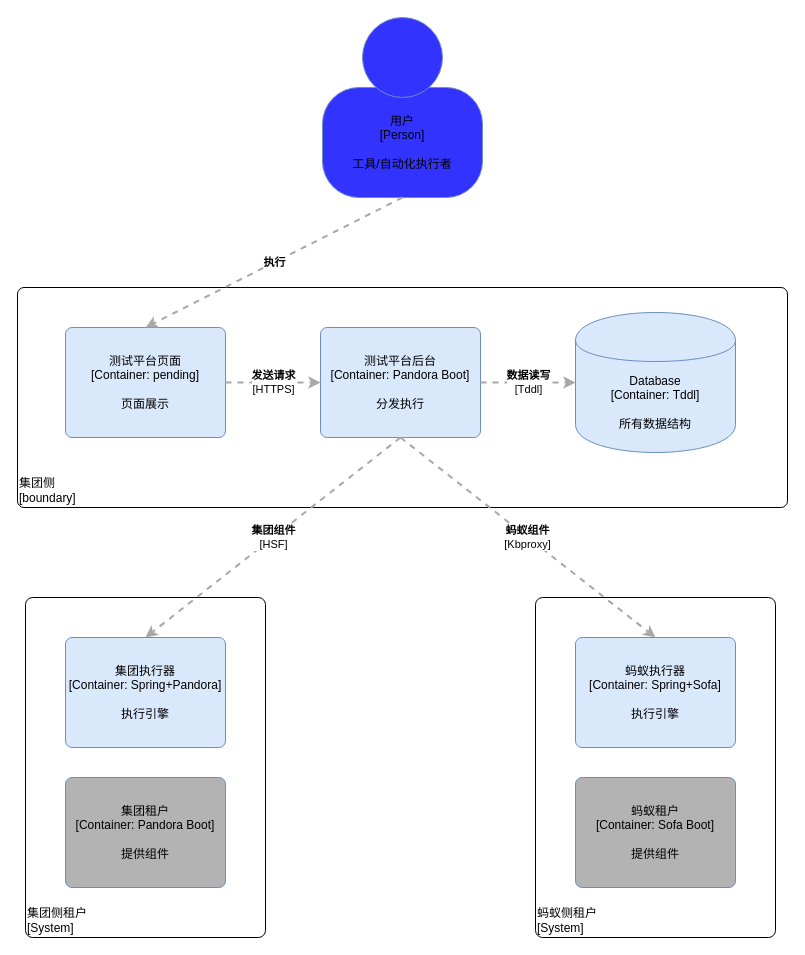
Before: 执行容器图.drawio in JimmyKsdas/TestPlantForm, a draw.io diagram. Source tidied: cells renumbered, new cells numbered last; positions are measured from the earlier drawing's top-left corner, leaving out a move shared by most shapes. Both pictures are drawn from the tidied source at 100%, with x=0, y=0 at pixel (17, 17).
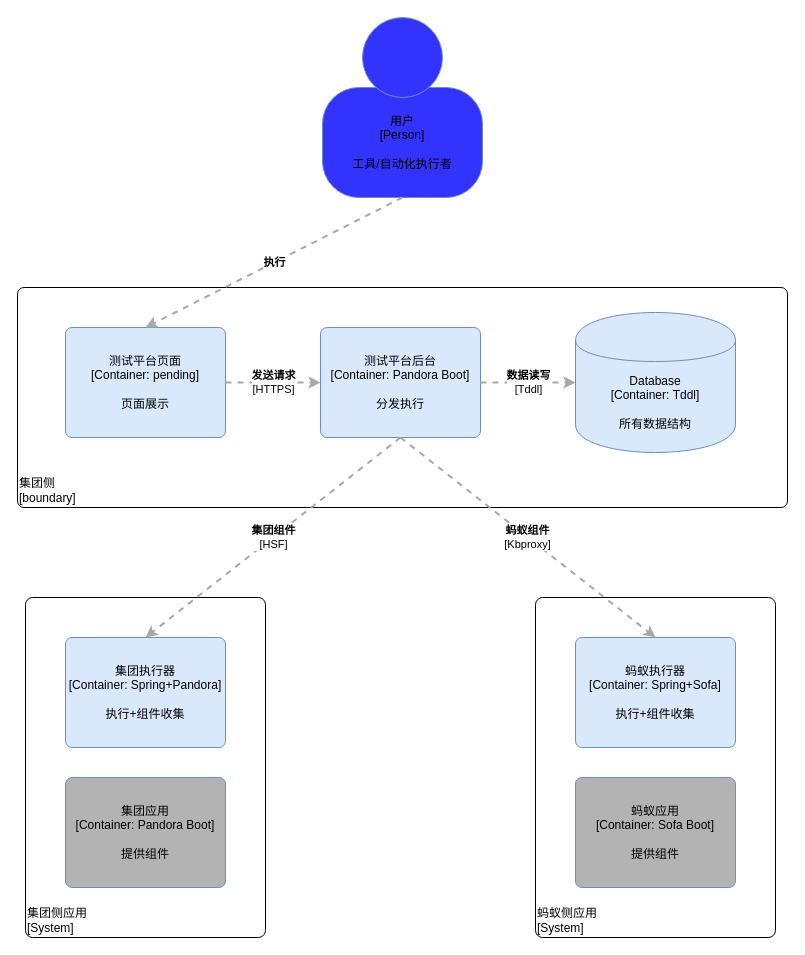
The same diagram, later.

Commit message:
Update 执行容器图.drawio

What changed in the source:
```diff
@@
 <mxGraphModel>
   <root>
     <mxCell id="0" />
     <mxCell id="1" parent="0" />
     <mxCell id="2" style="group;rounded=0;labelBackgroundColor=none;fillColor=none;fontColor=#000000;align=center;html=1;strokeColor=#FFFFFF;" parent="1" vertex="1">
       <mxGeometry x="305" width="160" height="180" as="geometry" />
     </mxCell>
     <mxCell id="3" value="用户&lt;div&gt;[Person]&lt;/div&gt;&lt;div&gt;&lt;br&gt;&lt;/div&gt;&lt;div&gt;工具/自动化执行者" style="rounded=1;whiteSpace=wrap;html=1;labelBackgroundColor=none;fillColor=#3333FF;fontColor=#000000;align=center;arcSize=33;strokeColor=#6c8ebf;" parent="2" vertex="1">
       <mxGeometry y="70" width="160" height="110" as="geometry" />
     </mxCell>
     <mxCell id="4" style="ellipse;whiteSpace=wrap;html=1;rounded=0;labelBackgroundColor=none;fillColor=#3333FF;fontSize=12;fontColor=#000000;align=center;strokeColor=#6c8ebf;" parent="2" vertex="1">
       <mxGeometry x="40" width="80" height="80" as="geometry" />
     </mxCell>
     <mxCell id="5" value="&lt;div style=&quot;text-align: left&quot;&gt;集团侧&lt;/div&gt;&lt;div style=&quot;text-align: left&quot;&gt;[boundary]&lt;/div&gt;" style="rounded=1;whiteSpace=wrap;html=1;labelBackgroundColor=none;fillColor=#ffffff;fontColor=#000000;align=left;arcSize=3;strokeColor=#000000;verticalAlign=bottom;shadow=0;" parent="1" vertex="1">
       <mxGeometry y="270" width="770" height="220" as="geometry" />
     </mxCell>
     <mxCell id="6" value="&lt;span&gt;测试平台页面&lt;/span&gt;&lt;div&gt;[Container: pending&lt;span&gt;]&lt;/span&gt;&lt;/div&gt;&lt;div&gt;&lt;br&gt;&lt;/div&gt;&lt;div&gt;页面展示&lt;/div&gt;" style="rounded=1;whiteSpace=wrap;html=1;labelBackgroundColor=none;fillColor=#dae8fc;fontColor=#000000;align=center;arcSize=6;strokeColor=#6c8ebf;shadow=0;" parent="1" vertex="1">
       <mxGeometry x="48" y="310" width="160" height="110" as="geometry" />
     </mxCell>
     <mxCell id="7" value="&lt;span&gt;测试平台后台&lt;/span&gt;&lt;div&gt;[Container:&amp;nbsp;&lt;span&gt;Pandora Boot&lt;/span&gt;&lt;span&gt;]&lt;/span&gt;&lt;/div&gt;&lt;div&gt;&lt;br&gt;&lt;/div&gt;&lt;div&gt;分发执行&lt;/div&gt;" style="rounded=1;whiteSpace=wrap;html=1;labelBackgroundColor=none;fillColor=#dae8fc;fontColor=#000000;align=center;arcSize=6;strokeColor=#6c8ebf;shadow=0;" parent="1" vertex="1">
       <mxGeometry x="303" y="310" width="160" height="110" as="geometry" />
     </mxCell>
     <mxCell id="8" value="&lt;span&gt;Database&lt;/span&gt;&lt;div&gt;[Container:&amp;nbsp;Tddl]&lt;/div&gt;&lt;div&gt;&lt;br&gt;&lt;/div&gt;&lt;div&gt;所有数据结构&lt;/div&gt;" style="shape=cylinder;whiteSpace=wrap;html=1;boundedLbl=1;rounded=0;labelBackgroundColor=none;fillColor=#dae8fc;fontSize=12;fontColor=#000000;align=center;strokeColor=#6c8ebf;shadow=0;" parent="1" vertex="1">
       <mxGeometry x="558" y="295" width="160" height="140" as="geometry" />
     </mxCell>
-    <mxCell id="9" value="&lt;div style=&quot;text-align: left&quot;&gt;集团侧租户&lt;/div&gt;&lt;div style=&quot;text-align: left&quot;&gt;[System]&lt;/div&gt;&lt;div style=&quot;text-align: right&quot;&gt;&lt;/div&gt;" style="rounded=1;whiteSpace=wrap;html=1;labelBackgroundColor=none;fillColor=#ffffff;fontColor=#000000;align=left;arcSize=3;strokeColor=#000000;verticalAlign=bottom;shadow=0;" parent="1" vertex="1">
+    <mxCell id="9" value="&lt;div style=&quot;text-align: left&quot;&gt;集团侧应用&lt;/div&gt;&lt;div style=&quot;text-align: left&quot;&gt;[System]&lt;/div&gt;&lt;div style=&quot;text-align: right&quot;&gt;&lt;/div&gt;" style="rounded=1;whiteSpace=wrap;html=1;labelBackgroundColor=none;fillColor=#ffffff;fontColor=#000000;align=left;arcSize=3;strokeColor=#000000;verticalAlign=bottom;shadow=0;" parent="1" vertex="1">
       <mxGeometry x="8" y="580" width="240" height="340" as="geometry" />
     </mxCell>
-    <mxCell id="10" value="&lt;div style=&quot;text-align: left&quot;&gt;蚂蚁侧租户&lt;/div&gt;&lt;div style=&quot;text-align: left&quot;&gt;[System]&lt;/div&gt;&lt;div style=&quot;text-align: right&quot;&gt;&lt;/div&gt;" style="rounded=1;whiteSpace=wrap;html=1;labelBackgroundColor=none;fillColor=#ffffff;fontColor=#000000;align=left;arcSize=3;strokeColor=#000000;verticalAlign=bottom;shadow=0;" parent="1" vertex="1">
+    <mxCell id="10" value="&lt;div style=&quot;text-align: left&quot;&gt;蚂蚁侧应用&lt;/div&gt;&lt;div style=&quot;text-align: left&quot;&gt;[System]&lt;/div&gt;&lt;div style=&quot;text-align: right&quot;&gt;&lt;/div&gt;" style="rounded=1;whiteSpace=wrap;html=1;labelBackgroundColor=none;fillColor=#ffffff;fontColor=#000000;align=left;arcSize=3;strokeColor=#000000;verticalAlign=bottom;shadow=0;" parent="1" vertex="1">
       <mxGeometry x="518" y="580" width="240" height="340" as="geometry" />
     </mxCell>
-    <mxCell id="11" value="&lt;span&gt;集团执行器&lt;/span&gt;&lt;div&gt;[Container:&amp;nbsp;&lt;span&gt;Spring+Pandora&lt;/span&gt;&lt;span&gt;]&lt;/span&gt;&lt;/div&gt;&lt;div&gt;&lt;br&gt;&lt;/div&gt;&lt;div&gt;执行引擎&lt;/div&gt;" style="rounded=1;whiteSpace=wrap;html=1;labelBackgroundColor=none;fillColor=#dae8fc;fontColor=#000000;align=center;arcSize=6;strokeColor=#6c8ebf;shadow=0;" parent="1" vertex="1">
+    <mxCell id="11" value="&lt;span&gt;集团执行器&lt;/span&gt;&lt;div&gt;[Container:&amp;nbsp;&lt;span&gt;Spring+Pandora&lt;/span&gt;&lt;span&gt;]&lt;/span&gt;&lt;/div&gt;&lt;div&gt;&lt;br&gt;&lt;/div&gt;&lt;div&gt;执行+组件收集&lt;br&gt;&lt;/div&gt;" style="rounded=1;whiteSpace=wrap;html=1;labelBackgroundColor=none;fillColor=#dae8fc;fontColor=#000000;align=center;arcSize=6;strokeColor=#6c8ebf;shadow=0;" parent="1" vertex="1">
       <mxGeometry x="48" y="620" width="160" height="110" as="geometry" />
     </mxCell>
-    <mxCell id="12" value="&lt;span&gt;集团租户&lt;/span&gt;&lt;div&gt;[Container:&amp;nbsp;&lt;span&gt;Pandora Boot&lt;/span&gt;&lt;span&gt;]&lt;/span&gt;&lt;/div&gt;&lt;div&gt;&lt;br&gt;&lt;/div&gt;&lt;div&gt;提供组件&lt;/div&gt;" style="rounded=1;whiteSpace=wrap;html=1;labelBackgroundColor=none;fillColor=#B3B3B3;fontColor=#000000;align=center;arcSize=6;strokeColor=#6c8ebf;shadow=0;" parent="1" vertex="1">
+    <mxCell id="12" value="&lt;span&gt;集团应用&lt;/span&gt;&lt;div&gt;[Container:&amp;nbsp;&lt;span&gt;Pandora Boot&lt;/span&gt;&lt;span&gt;]&lt;/span&gt;&lt;/div&gt;&lt;div&gt;&lt;br&gt;&lt;/div&gt;&lt;div&gt;提供组件&lt;/div&gt;" style="rounded=1;whiteSpace=wrap;html=1;labelBackgroundColor=none;fillColor=#B3B3B3;fontColor=#000000;align=center;arcSize=6;strokeColor=#6c8ebf;shadow=0;" parent="1" vertex="1">
       <mxGeometry x="48" y="760" width="160" height="110" as="geometry" />
     </mxCell>
-    <mxCell id="13" value="&lt;span&gt;蚂蚁执行器&lt;/span&gt;&lt;div&gt;[Container:&amp;nbsp;&lt;span&gt;Spring+Sofa&lt;/span&gt;&lt;span&gt;]&lt;/span&gt;&lt;/div&gt;&lt;div&gt;&lt;br&gt;&lt;/div&gt;&lt;div&gt;执行引擎&lt;/div&gt;" style="rounded=1;whiteSpace=wrap;html=1;labelBackgroundColor=none;fillColor=#dae8fc;fontColor=#000000;align=center;arcSize=6;strokeColor=#6c8ebf;shadow=0;" parent="1" vertex="1">
+    <mxCell id="13" value="&lt;span&gt;蚂蚁执行器&lt;/span&gt;&lt;div&gt;[Container:&amp;nbsp;&lt;span&gt;Spring+Sofa&lt;/span&gt;&lt;span&gt;]&lt;/span&gt;&lt;/div&gt;&lt;div&gt;&lt;br&gt;&lt;/div&gt;&lt;div&gt;执行+组件收集&lt;br&gt;&lt;/div&gt;" style="rounded=1;whiteSpace=wrap;html=1;labelBackgroundColor=none;fillColor=#dae8fc;fontColor=#000000;align=center;arcSize=6;strokeColor=#6c8ebf;shadow=0;" parent="1" vertex="1">
       <mxGeometry x="558" y="620" width="160" height="110" as="geometry" />
     </mxCell>
-    <mxCell id="14" value="&lt;span&gt;蚂蚁租户&lt;/span&gt;&lt;div&gt;[Container:&amp;nbsp;&lt;span&gt;Sofa Boot&lt;/span&gt;&lt;span&gt;]&lt;/span&gt;&lt;/div&gt;&lt;div&gt;&lt;br&gt;&lt;/div&gt;&lt;div&gt;提供组件&lt;/div&gt;" style="rounded=1;whiteSpace=wrap;html=1;labelBackgroundColor=none;fillColor=#B3B3B3;fontColor=#000000;align=center;arcSize=6;strokeColor=#6c8ebf;shadow=0;" parent="1" vertex="1">
+    <mxCell id="14" value="&lt;span&gt;蚂蚁应用&lt;/span&gt;&lt;div&gt;[Container:&amp;nbsp;&lt;span&gt;Sofa Boot&lt;/span&gt;&lt;span&gt;]&lt;/span&gt;&lt;/div&gt;&lt;div&gt;&lt;br&gt;&lt;/div&gt;&lt;div&gt;提供组件&lt;/div&gt;" style="rounded=1;whiteSpace=wrap;html=1;labelBackgroundColor=none;fillColor=#B3B3B3;fontColor=#000000;align=center;arcSize=6;strokeColor=#6c8ebf;shadow=0;" parent="1" vertex="1">
       <mxGeometry x="558" y="760" width="160" height="110" as="geometry" />
     </mxCell>
     <mxCell id="15" value="&lt;div style=&quot;text-align: left&quot;&gt;&lt;div style=&quot;text-align: center&quot;&gt;&lt;b&gt;执行&lt;/b&gt;&lt;/div&gt;&lt;/div&gt;" style="edgeStyle=none;rounded=0;html=1;entryX=0.5;entryY=0;jettySize=auto;strokeColor=#A8A8A8;strokeWidth=2;fontColor=#000000;jumpStyle=none;dashed=1;exitX=0.5;exitY=1;exitDx=0;exitDy=0;entryDx=0;entryDy=0;" parent="1" edge="1" source="3" target="6">
       <mxGeometry relative="1" as="geometry" />
     </mxCell>
     <mxCell id="16" value="&lt;div style=&quot;text-align: left&quot;&gt;&lt;div style=&quot;text-align: center&quot;&gt;&lt;b&gt;发送请求&lt;/b&gt;&lt;/div&gt;&lt;div style=&quot;text-align: center&quot;&gt;[HTTPS]&lt;/div&gt;&lt;/div&gt;" style="edgeStyle=none;rounded=0;html=1;entryX=0;entryY=0.5;jettySize=auto;strokeColor=#A8A8A8;strokeWidth=2;fontColor=#000000;jumpStyle=none;dashed=1;exitX=1;exitY=0.5;exitDx=0;exitDy=0;entryDx=0;entryDy=0;" parent="1" edge="1" source="6" target="7">
       <mxGeometry relative="1" as="geometry" />
     </mxCell>
     <mxCell id="17" value="&lt;div style=&quot;text-align: left&quot;&gt;&lt;div style=&quot;text-align: center&quot;&gt;&lt;b&gt;数据读写&lt;/b&gt;&lt;/div&gt;&lt;div style=&quot;text-align: center&quot;&gt;[Tddl]&lt;/div&gt;&lt;/div&gt;" style="edgeStyle=none;rounded=0;html=1;entryX=0;entryY=0.5;jettySize=auto;strokeColor=#A8A8A8;strokeWidth=2;fontColor=#000000;jumpStyle=none;dashed=1;exitX=1;exitY=0.5;exitDx=0;exitDy=0;entryDx=0;entryDy=0;" parent="1" edge="1" source="7" target="8">
       <mxGeometry relative="1" as="geometry" />
     </mxCell>
     <mxCell id="18" value="&lt;div style=&quot;text-align: left&quot;&gt;&lt;div style=&quot;text-align: center&quot;&gt;&lt;b&gt;集团组件&lt;/b&gt;&lt;/div&gt;&lt;div style=&quot;text-align: center&quot;&gt;[HSF]&lt;/div&gt;&lt;/div&gt;" style="edgeStyle=none;rounded=0;html=1;entryX=0.5;entryY=0;jettySize=auto;strokeColor=#A8A8A8;strokeWidth=2;fontColor=#000000;jumpStyle=none;dashed=1;exitX=0.5;exitY=1;exitDx=0;exitDy=0;entryDx=0;entryDy=0;" parent="1" edge="1" source="7" target="11">
       <mxGeometry relative="1" as="geometry" />
     </mxCell>
     <mxCell id="19" value="&lt;div style=&quot;text-align: left&quot;&gt;&lt;div style=&quot;text-align: center&quot;&gt;&lt;b&gt;蚂蚁组件&lt;/b&gt;&lt;/div&gt;&lt;div style=&quot;text-align: center&quot;&gt;[Kbproxy]&lt;/div&gt;&lt;/div&gt;" style="edgeStyle=none;rounded=0;html=1;entryX=0.5;entryY=0;jettySize=auto;strokeColor=#A8A8A8;strokeWidth=2;fontColor=#000000;jumpStyle=none;dashed=1;exitX=0.5;exitY=1;exitDx=0;exitDy=0;entryDx=0;entryDy=0;" parent="1" edge="1" source="7" target="13">
       <mxGeometry relative="1" as="geometry" />
     </mxCell>
   </root>
 </mxGraphModel>
```
